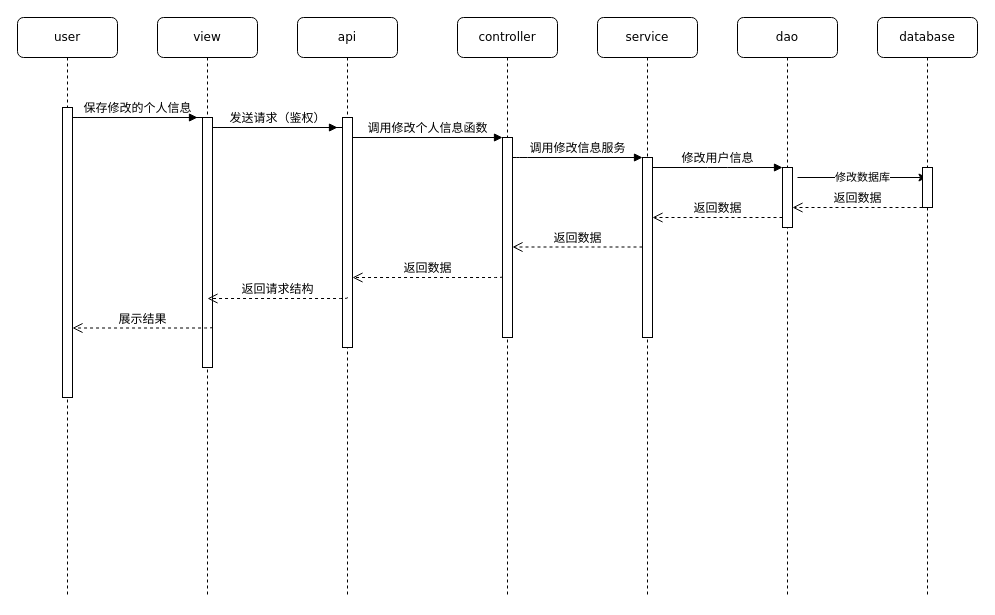
Above: 毕业设计CQUPT/评论时序图.drawio in myjdml/drowio (draw.io), before the change. Source tidied: cells renumbered, new cells numbered last; positions are measured from the earlier drawing's top-left corner, leaving out a move shared by most shapes. Both pictures are drawn from the tidied source at 100%, with x=0, y=0 at pixel (17, 17).
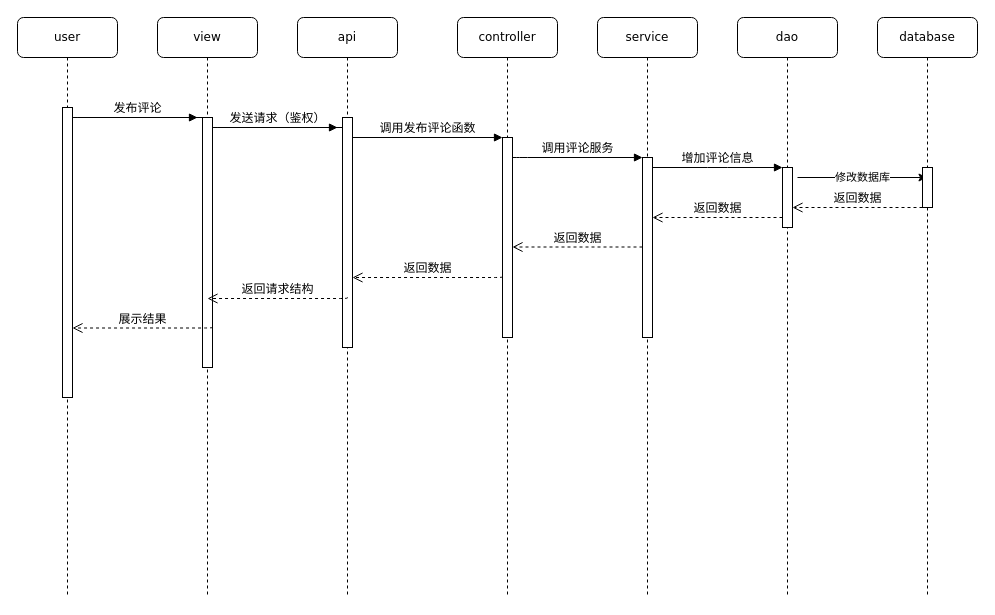
Above is the later version.

Commit message:
更新评论时序图.drawio

The change refers to these unchanged cells:
```xml
<mxCell id="3" style="html=1;points=[];perimeter=orthogonalPerimeter;rounded=0;shadow=0;comic=0;labelBackgroundColor=none;strokeWidth=1;fontFamily=Verdana;fontSize=12;align=center;" parent="2" vertex="1">
  <mxGeometry x="45" y="100" width="10" height="230" as="geometry" />
</mxCell>
<mxCell id="6" style="html=1;points=[];perimeter=orthogonalPerimeter;rounded=0;shadow=0;comic=0;labelBackgroundColor=none;strokeWidth=1;fontFamily=Verdana;fontSize=12;align=center;" parent="5" vertex="1">
  <mxGeometry x="45" y="120" width="10" height="200" as="geometry" />
</mxCell>
<mxCell id="16" style="html=1;points=[];perimeter=orthogonalPerimeter;rounded=0;shadow=0;comic=0;labelBackgroundColor=none;strokeWidth=1;fontFamily=Verdana;fontSize=12;align=center;" parent="15" vertex="1">
  <mxGeometry x="45" y="100" width="10" height="250" as="geometry" />
</mxCell>
<mxCell id="19" style="html=1;points=[];perimeter=orthogonalPerimeter;rounded=0;shadow=0;comic=0;labelBackgroundColor=none;strokeWidth=1;fontFamily=Verdana;fontSize=12;align=center;" parent="1" vertex="1">
  <mxGeometry x="625" y="140" width="10" height="180" as="geometry" />
</mxCell>
<mxCell id="21" style="html=1;points=[];perimeter=orthogonalPerimeter;rounded=0;shadow=0;comic=0;labelBackgroundColor=none;strokeWidth=1;fontFamily=Verdana;fontSize=12;align=center;" parent="1" vertex="1">
  <mxGeometry x="765" y="150" width="10" height="60" as="geometry" />
</mxCell>
```

Diff of the diagram source:
```diff
@@
-    <mxCell id="20" value="调用修改信息服务" style="html=1;verticalAlign=bottom;endArrow=block;labelBackgroundColor=none;fontFamily=Verdana;fontSize=12;edgeStyle=elbowEdgeStyle;elbow=vertical;" parent="1" edge="1" source="6" target="19">
+    <mxCell id="20" value="调用评论服务" style="html=1;verticalAlign=bottom;endArrow=block;labelBackgroundColor=none;fontFamily=Verdana;fontSize=12;edgeStyle=elbowEdgeStyle;elbow=vertical;" parent="1" edge="1" source="6" target="19">
       <mxGeometry relative="1" as="geometry">
         <Array as="points">
           <mxPoint x="500" y="140" />
         </Array>
       </mxGeometry>
     </mxCell>
@@
-    <mxCell id="22" value="修改用户信息" style="html=1;verticalAlign=bottom;endArrow=block;entryX=0;entryY=0;labelBackgroundColor=none;fontFamily=Verdana;fontSize=12;edgeStyle=elbowEdgeStyle;elbow=vertical;" parent="1" edge="1" source="19" target="21">
+    <mxCell id="22" value="增加评论信息" style="html=1;verticalAlign=bottom;endArrow=block;entryX=0;entryY=0;labelBackgroundColor=none;fontFamily=Verdana;fontSize=12;edgeStyle=elbowEdgeStyle;elbow=vertical;" parent="1" edge="1" source="19" target="21">
       <mxGeometry relative="1" as="geometry" />
     </mxCell>
-    <mxCell id="23" value="保存修改的个人信息" style="html=1;verticalAlign=bottom;endArrow=block;labelBackgroundColor=none;fontFamily=Verdana;fontSize=12;edgeStyle=elbowEdgeStyle;elbow=vertical;" parent="1" edge="1" source="16">
+    <mxCell id="23" value="发布评论" style="html=1;verticalAlign=bottom;endArrow=block;labelBackgroundColor=none;fontFamily=Verdana;fontSize=12;edgeStyle=elbowEdgeStyle;elbow=vertical;" parent="1" edge="1" source="16">
       <mxGeometry x="0.55" relative="1" as="geometry">
         <mxPoint x="180" y="100" as="targetPoint" />
         <Array as="points">
           <mxPoint x="50" y="100" />
         </Array>
       </mxGeometry>
     </mxCell>
-    <mxCell id="24" value="调用修改个人信息函数" style="html=1;verticalAlign=bottom;endArrow=block;entryX=0;entryY=0;labelBackgroundColor=none;fontFamily=Verdana;fontSize=12;edgeStyle=elbowEdgeStyle;elbow=vertical;" parent="1" edge="1" source="3" target="6">
+    <mxCell id="24" value="调用发布评论函数" style="html=1;verticalAlign=bottom;endArrow=block;entryX=0;entryY=0;labelBackgroundColor=none;fontFamily=Verdana;fontSize=12;edgeStyle=elbowEdgeStyle;elbow=vertical;" parent="1" edge="1" source="3" target="6">
       <mxGeometry relative="1" as="geometry" />
     </mxCell>
```
